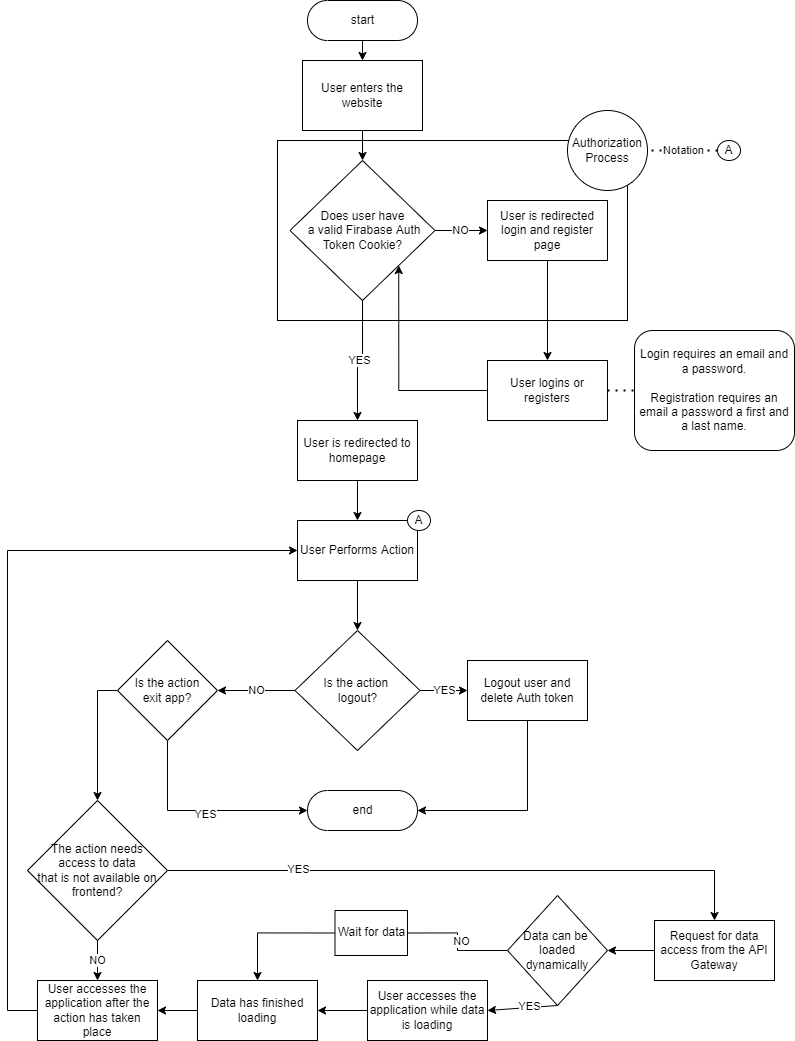
The draw.io diagram diagrams/task/task_frontend.png in Elaech/Wade-BeM, before a commit. Source tidied: cells renumbered, new cells last; positions are measured from the earlier drawing's top-left corner, leaving out a move shared by most shapes.
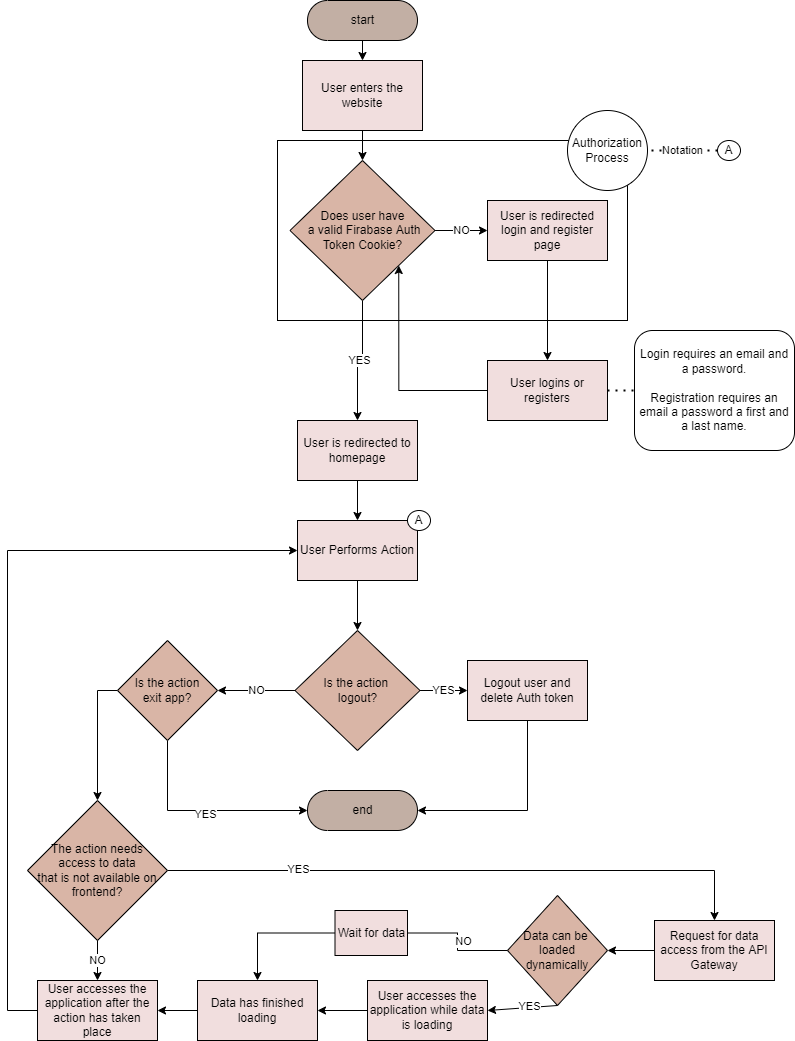
After the commit.

Commit message:
Colored task diagrams

The edit, as a diff of the source:
```diff
@@ -5,19 +5,19 @@
     <mxCell id="2" style="rounded=0;whiteSpace=wrap;html=1;" parent="1" vertex="1">
       <mxGeometry x="270" y="140" width="350" height="180" as="geometry" />
     </mxCell>
-    <mxCell id="3" value="start" style="html=1;dashed=0;whitespace=wrap;shape=mxgraph.dfd.start;" parent="1" vertex="1">
+    <mxCell id="3" value="start" style="html=1;dashed=0;whitespace=wrap;shape=mxgraph.dfd.start;fillColor=#C2AFA4;" parent="1" vertex="1">
       <mxGeometry x="300" width="110" height="40" as="geometry" />
     </mxCell>
     <mxCell id="4" style="edgeStyle=orthogonalEdgeStyle;rounded=0;jettySize=auto;html=1;entryX=0.5;entryY=0;entryDx=0;entryDy=0;" parent="1" edge="1" source="5" target="10">
       <mxGeometry relative="1" as="geometry" />
     </mxCell>
-    <mxCell id="5" value="User enters the website" style="rounded=0;whiteSpace=wrap;html=1;" parent="1" vertex="1">
+    <mxCell id="5" value="User enters the website" style="rounded=0;whiteSpace=wrap;html=1;fillColor=#F1DEDE;" parent="1" vertex="1">
       <mxGeometry x="295" y="60" width="120" height="70" as="geometry" />
     </mxCell>
     <mxCell id="6" style="endArrow=classic;html=1;rounded=0;exitX=0.5;exitY=0.5;exitDx=0;exitDy=20;exitPerimeter=0;" parent="1" edge="1" source="3" target="5">
       <mxGeometry relative="1" as="geometry" />
     </mxCell>
-    <mxCell id="7" value="User is redirected to homepage" style="rounded=0;whiteSpace=wrap;html=1;" parent="1" vertex="1">
+    <mxCell id="7" value="User is redirected to homepage" style="rounded=0;whiteSpace=wrap;html=1;fillColor=#F1DEDE;" parent="1" vertex="1">
       <mxGeometry x="290" y="420" width="120" height="60" as="geometry" />
     </mxCell>
     <mxCell id="8" value="YES" style="edgeStyle=orthogonalEdgeStyle;rounded=0;jettySize=auto;html=1;entryX=0.5;entryY=0;entryDx=0;entryDy=0;" parent="1" edge="1" source="10" target="7">
@@ -26,19 +26,19 @@
     <mxCell id="9" value="NO" style="edgeStyle=orthogonalEdgeStyle;rounded=0;jettySize=auto;html=1;entryX=0;entryY=0.5;entryDx=0;entryDy=0;" parent="1" edge="1" source="10" target="12">
       <mxGeometry relative="1" as="geometry" />
     </mxCell>
-    <mxCell id="10" value="Does user have&lt;br&gt;&amp;nbsp;a valid Firabase Auth Token Cookie?" style="rhombus;whiteSpace=wrap;html=1;" parent="1" vertex="1">
+    <mxCell id="10" value="Does user have&lt;br&gt;&amp;nbsp;a valid Firabase Auth Token Cookie?" style="rhombus;whiteSpace=wrap;html=1;fillColor=#D9B5A6;" parent="1" vertex="1">
       <mxGeometry x="282.5" y="160" width="145" height="140" as="geometry" />
     </mxCell>
     <mxCell id="11" style="edgeStyle=orthogonalEdgeStyle;rounded=0;jettySize=auto;html=1;" parent="1" edge="1" source="12" target="14">
       <mxGeometry relative="1" as="geometry" />
     </mxCell>
-    <mxCell id="12" value="User is redirected login and register page" style="rounded=0;whiteSpace=wrap;html=1;" parent="1" vertex="1">
+    <mxCell id="12" value="User is redirected login and register page" style="rounded=0;whiteSpace=wrap;html=1;fillColor=#F1DEDE;" parent="1" vertex="1">
       <mxGeometry x="480" y="200" width="120" height="60" as="geometry" />
     </mxCell>
     <mxCell id="13" style="edgeStyle=orthogonalEdgeStyle;rounded=0;jettySize=auto;html=1;entryX=1;entryY=1;entryDx=0;entryDy=0;" parent="1" edge="1" source="14" target="10">
       <mxGeometry relative="1" as="geometry" />
     </mxCell>
-    <mxCell id="14" value="User logins or registers" style="rounded=0;whiteSpace=wrap;html=1;" parent="1" vertex="1">
+    <mxCell id="14" value="User logins or registers" style="rounded=0;whiteSpace=wrap;html=1;fillColor=#F1DEDE;" parent="1" vertex="1">
       <mxGeometry x="480" y="360" width="120" height="60" as="geometry" />
     </mxCell>
     <mxCell id="15" value="Login requires an email and a password.&lt;br&gt;&lt;br&gt;Registration requires an email a password a first and a last name." style="rounded=1;whiteSpace=wrap;html=1;" parent="1" vertex="1">
@@ -59,7 +59,7 @@
     <mxCell id="20" style="edgeStyle=orthogonalEdgeStyle;rounded=0;jettySize=auto;html=1;entryX=0.5;entryY=0;entryDx=0;entryDy=0;" parent="1" edge="1" source="21" target="26">
       <mxGeometry relative="1" as="geometry" />
     </mxCell>
-    <mxCell id="21" value="User Performs Action" style="rounded=0;whiteSpace=wrap;html=1;" parent="1" vertex="1">
+    <mxCell id="21" value="User Performs Action" style="rounded=0;whiteSpace=wrap;html=1;fillColor=#F1DEDE;" parent="1" vertex="1">
       <mxGeometry x="290" y="520" width="120" height="60" as="geometry" />
     </mxCell>
     <mxCell id="22" style="endArrow=classic;html=1;rounded=0;exitX=0.5;exitY=1;exitDx=0;exitDy=0;entryX=0.5;entryY=0;entryDx=0;entryDy=0;" parent="1" edge="1" source="7" target="21">
@@ -74,10 +74,10 @@
     <mxCell id="25" value="YES" style="edgeStyle=orthogonalEdgeStyle;rounded=0;jettySize=auto;html=1;entryX=0;entryY=0.5;entryDx=0;entryDy=0;" parent="1" edge="1" source="26" target="33">
       <mxGeometry relative="1" as="geometry" />
     </mxCell>
-    <mxCell id="26" value="Is the action &lt;br&gt;logout?" style="rhombus;whiteSpace=wrap;html=1;" parent="1" vertex="1">
+    <mxCell id="26" value="Is the action &lt;br&gt;logout?" style="rhombus;whiteSpace=wrap;html=1;fillColor=#D9B5A6;" parent="1" vertex="1">
       <mxGeometry x="287.5" y="630" width="125" height="120" as="geometry" />
     </mxCell>
-    <mxCell id="27" value="end" style="html=1;dashed=0;whitespace=wrap;shape=mxgraph.dfd.start;" parent="1" vertex="1">
+    <mxCell id="27" value="end" style="html=1;dashed=0;whitespace=wrap;shape=mxgraph.dfd.start;fillColor=#C2AFA4;" parent="1" vertex="1">
       <mxGeometry x="300" y="790" width="110" height="40" as="geometry" />
     </mxCell>
     <mxCell id="28" style="edgeStyle=orthogonalEdgeStyle;rounded=0;jettySize=auto;html=1;entryX=0;entryY=0.5;entryDx=0;entryDy=0;entryPerimeter=0;exitX=0.5;exitY=1;exitDx=0;exitDy=0;" parent="1" edge="1" source="31" target="27">
@@ -97,7 +97,7 @@
         </Array>
       </mxGeometry>
     </mxCell>
-    <mxCell id="31" value="Is the action&lt;br&gt;exit app?" style="rhombus;whiteSpace=wrap;html=1;" parent="1" vertex="1">
+    <mxCell id="31" value="Is the action&lt;br&gt;exit app?" style="rhombus;whiteSpace=wrap;html=1;fillColor=#D9B5A6;" parent="1" vertex="1">
       <mxGeometry x="110" y="640" width="100" height="100" as="geometry" />
     </mxCell>
     <mxCell id="32" style="edgeStyle=orthogonalEdgeStyle;rounded=0;jettySize=auto;html=1;entryX=1;entryY=0.5;entryDx=0;entryDy=0;entryPerimeter=0;" parent="1" edge="1" source="33" target="27">
@@ -107,7 +107,7 @@
         </Array>
       </mxGeometry>
     </mxCell>
-    <mxCell id="33" value="Logout user and delete Auth token" style="rounded=0;whiteSpace=wrap;html=1;" parent="1" vertex="1">
+    <mxCell id="33" value="Logout user and delete Auth token" style="rounded=0;whiteSpace=wrap;html=1;fillColor=#F1DEDE;" parent="1" vertex="1">
       <mxGeometry x="460" y="660" width="120" height="60" as="geometry" />
     </mxCell>
     <mxCell id="34" style="edgeStyle=orthogonalEdgeStyle;rounded=0;jettySize=auto;html=1;entryX=0.5;entryY=0;entryDx=0;entryDy=0;" parent="1" edge="1" source="36" target="40">
@@ -120,7 +120,7 @@
     <mxCell id="35" value="YES" style="edgeLabel;html=1;align=center;verticalAlign=middle;" parent="34" vertex="1">
       <mxGeometry x="-0.57" y="2" relative="1" as="geometry" />
     </mxCell>
-    <mxCell id="36" value="The action needs&lt;br&gt;access to data&lt;br&gt;that is not available on frontend?" style="rhombus;whiteSpace=wrap;html=1;" parent="1" vertex="1">
+    <mxCell id="36" value="The action needs&lt;br&gt;access to data&lt;br&gt;that is not available on frontend?" style="rhombus;whiteSpace=wrap;html=1;fillColor=#D9B5A6;" parent="1" vertex="1">
       <mxGeometry x="20" y="800" width="140" height="140" as="geometry" />
     </mxCell>
     <mxCell id="37" value="NO" style="endArrow=classic;html=1;rounded=0;exitX=0.5;exitY=1;exitDx=0;exitDy=0;" parent="1" edge="1" source="36" target="39">
@@ -134,16 +134,16 @@
         </Array>
       </mxGeometry>
     </mxCell>
-    <mxCell id="39" value="User accesses the application after the action has taken place" style="rounded=0;whiteSpace=wrap;html=1;" parent="1" vertex="1">
+    <mxCell id="39" value="User accesses the application after the action has taken place" style="rounded=0;whiteSpace=wrap;html=1;fillColor=#F1DEDE;" parent="1" vertex="1">
       <mxGeometry x="30" y="980" width="120" height="60" as="geometry" />
     </mxCell>
-    <mxCell id="40" value="Request for data access from the API Gateway" style="rounded=0;whiteSpace=wrap;html=1;" parent="1" vertex="1">
+    <mxCell id="40" value="Request for data access from the API Gateway" style="rounded=0;whiteSpace=wrap;html=1;fillColor=#F1DEDE;" parent="1" vertex="1">
       <mxGeometry x="647" y="920" width="120" height="60" as="geometry" />
     </mxCell>
     <mxCell id="41" style="edgeStyle=orthogonalEdgeStyle;rounded=0;jettySize=auto;html=1;entryX=0.5;entryY=0;entryDx=0;entryDy=0;startArrow=none;exitX=0;exitY=0.5;exitDx=0;exitDy=0;" parent="1" edge="1" source="50" target="49">
       <mxGeometry relative="1" as="geometry" />
     </mxCell>
-    <mxCell id="42" value="Data can be &lt;br&gt;loaded dynamically" style="rhombus;whiteSpace=wrap;html=1;" parent="1" vertex="1">
+    <mxCell id="42" value="Data can be &lt;br&gt;loaded dynamically" style="rhombus;whiteSpace=wrap;html=1;fillColor=#D9B5A6;" parent="1" vertex="1">
       <mxGeometry x="500" y="895" width="100" height="110" as="geometry" />
     </mxCell>
     <mxCell id="43" style="endArrow=classic;html=1;rounded=0;exitX=0;exitY=0.5;exitDx=0;exitDy=0;entryX=1;entryY=0.5;entryDx=0;entryDy=0;" parent="1" edge="1" source="40" target="42">
@@ -152,7 +152,7 @@
     <mxCell id="44" style="edgeStyle=orthogonalEdgeStyle;rounded=0;jettySize=auto;html=1;entryX=1;entryY=0.5;entryDx=0;entryDy=0;" parent="1" edge="1" source="45" target="49">
       <mxGeometry relative="1" as="geometry" />
     </mxCell>
-    <mxCell id="45" value="User accesses the application while data is loading" style="rounded=0;whiteSpace=wrap;html=1;" parent="1" vertex="1">
+    <mxCell id="45" value="User accesses the application while data is loading" style="rounded=0;whiteSpace=wrap;html=1;fillColor=#F1DEDE;" parent="1" vertex="1">
       <mxGeometry x="360" y="980" width="120" height="60" as="geometry" />
     </mxCell>
     <mxCell id="46" style="endArrow=classic;html=1;rounded=0;exitX=0.5;exitY=1;exitDx=0;exitDy=0;entryX=1;entryY=0.5;entryDx=0;entryDy=0;" parent="1" edge="1" source="42" target="45">
@@ -166,10 +166,10 @@
     <mxCell id="48" style="edgeStyle=orthogonalEdgeStyle;rounded=0;jettySize=auto;html=1;" parent="1" edge="1" source="49" target="39">
       <mxGeometry relative="1" as="geometry" />
     </mxCell>
-    <mxCell id="49" value="Data has finished loading" style="rounded=0;whiteSpace=wrap;html=1;" parent="1" vertex="1">
+    <mxCell id="49" value="Data has finished loading" style="rounded=0;whiteSpace=wrap;html=1;fillColor=#F1DEDE;" parent="1" vertex="1">
       <mxGeometry x="190" y="980" width="120" height="60" as="geometry" />
     </mxCell>
-    <mxCell id="50" value="Wait for data" style="rounded=0;whiteSpace=wrap;html=1;" parent="1" vertex="1">
+    <mxCell id="50" value="Wait for data" style="rounded=0;whiteSpace=wrap;html=1;fillColor=#F1DEDE;" parent="1" vertex="1">
       <mxGeometry x="327.5" y="910" width="72.5" height="45" as="geometry" />
     </mxCell>
     <mxCell id="51" style="edgeStyle=orthogonalEdgeStyle;rounded=0;jettySize=auto;html=1;entryX=1;entryY=0.5;entryDx=0;entryDy=0;endArrow=none;" parent="1" edge="1" source="42" target="50">
```
